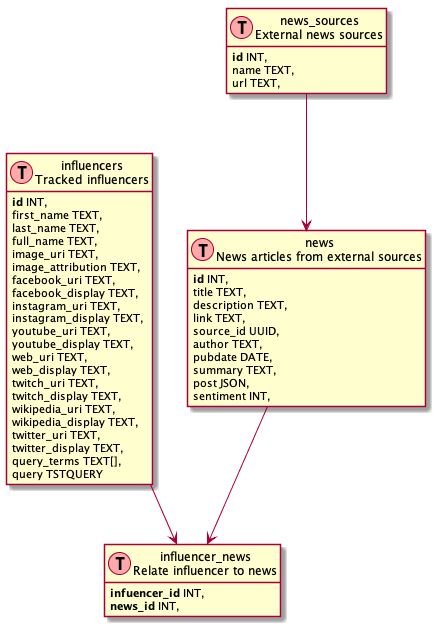
This is docs/data-model.png from FoxShaunR/WhatInfluence, a PlantUML export, as it was before one commit.
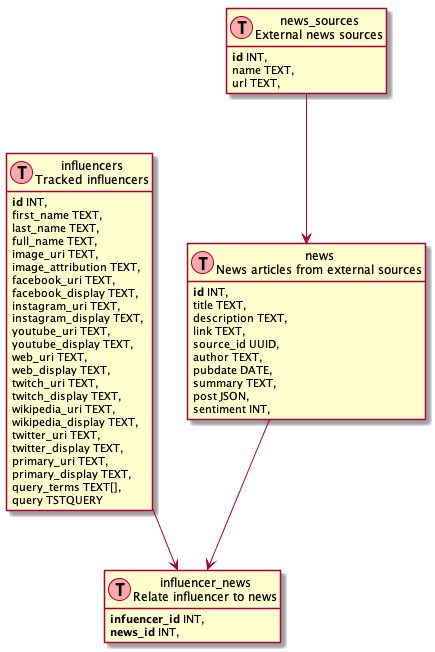
Later version of the same file.

Commit message:
Add primary_uri and primary_display to influencers

What changed in the source:
```diff
@@ -42,6 +42,8 @@
   wikipedia_display TEXT,
   twitter_uri TEXT,
   twitter_display TEXT,
+  primary_uri TEXT,
+  primary_display TEXT,
   query_terms TEXT[],
   query TSTQUERY
 }
```
